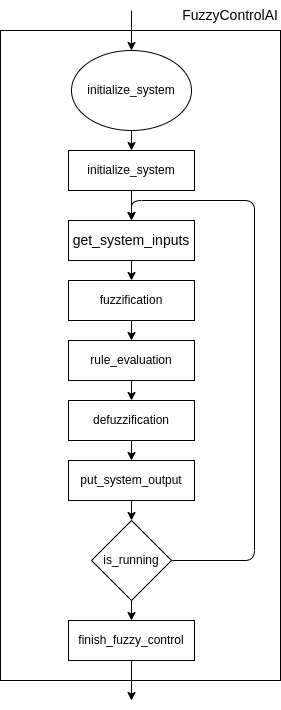
Above: doc/fuzzyControl.png in kuhiu/smartnav-platform (draw.io), before the change. Source tidied: cells renumbered, new cells last; positions are measured from the earlier drawing's top-left corner, leaving out a move shared by most shapes. The source it was exported from:
```xml
<mxGraphModel>
  <root>
    <mxCell id="0" />
    <mxCell id="1" parent="0" />
    <mxCell id="2" style="edgeStyle=none;html=1;fontColor=default;entryX=0.5;entryY=0;entryDx=0;entryDy=0;" parent="1" edge="1" source="3" target="9">
      <mxGeometry relative="1" as="geometry" />
    </mxCell>
    <mxCell id="3" value="initialize_system" style="ellipse;whiteSpace=wrap;html=1;fontColor=default;strokeColor=default;fillColor=default;gradientColor=none;" parent="1" vertex="1">
      <mxGeometry x="71" y="50" width="120" height="80" as="geometry" />
    </mxCell>
    <mxCell id="4" style="edgeStyle=orthogonalEdgeStyle;html=1;fontColor=default;exitX=1;exitY=0.5;exitDx=0;exitDy=0;entryX=0.5;entryY=0;entryDx=0;entryDy=0;" parent="1" edge="1" source="6" target="11">
      <mxGeometry relative="1" as="geometry">
        <Array as="points">
          <mxPoint x="254" y="560" />
          <mxPoint x="254" y="200" />
          <mxPoint x="131" y="200" />
        </Array>
      </mxGeometry>
    </mxCell>
    <mxCell id="5" style="edgeStyle=none;html=1;entryX=0.5;entryY=0;entryDx=0;entryDy=0;" parent="1" edge="1" source="6" target="21">
      <mxGeometry relative="1" as="geometry" />
    </mxCell>
    <mxCell id="6" value="is_running" style="rhombus;whiteSpace=wrap;html=1;fontColor=default;strokeColor=default;fillColor=default;gradientColor=none;" parent="1" vertex="1">
      <mxGeometry x="91" y="520" width="80" height="80" as="geometry" />
    </mxCell>
    <mxCell id="7" value="&lt;span style=&quot;font-size: 14px&quot;&gt;FuzzyControlAI&lt;/span&gt;" style="text;html=1;strokeColor=none;fillColor=none;align=center;verticalAlign=middle;whiteSpace=wrap;rounded=0;fontColor=default;" parent="1" vertex="1">
      <mxGeometry x="200" width="60" height="30" as="geometry" />
    </mxCell>
    <mxCell id="8" style="edgeStyle=none;html=1;" parent="1" edge="1" source="9" target="11">
      <mxGeometry relative="1" as="geometry" />
    </mxCell>
    <mxCell id="9" value="&lt;span&gt;initialize_&lt;/span&gt;&lt;span&gt;system&lt;/span&gt;" style="rounded=0;whiteSpace=wrap;html=1;" parent="1" vertex="1">
      <mxGeometry x="68" y="150" width="126" height="40" as="geometry" />
    </mxCell>
    <mxCell id="10" style="edgeStyle=none;html=1;entryX=0.5;entryY=0;entryDx=0;entryDy=0;" parent="1" edge="1" source="11" target="13">
      <mxGeometry relative="1" as="geometry" />
    </mxCell>
    <mxCell id="11" value="&lt;span style=&quot;font-size: 14px&quot;&gt;get_system_&lt;/span&gt;&lt;span style=&quot;font-size: 14px&quot;&gt;inputs&lt;/span&gt;" style="rounded=0;whiteSpace=wrap;html=1;" parent="1" vertex="1">
      <mxGeometry x="68" y="220" width="126" height="40" as="geometry" />
    </mxCell>
    <mxCell id="12" style="edgeStyle=none;html=1;entryX=0.5;entryY=0;entryDx=0;entryDy=0;" parent="1" edge="1" source="13" target="15">
      <mxGeometry relative="1" as="geometry" />
    </mxCell>
    <mxCell id="13" value="fuzzification" style="rounded=0;whiteSpace=wrap;html=1;" parent="1" vertex="1">
      <mxGeometry x="68" y="280" width="126" height="40" as="geometry" />
    </mxCell>
    <mxCell id="14" style="edgeStyle=none;html=1;" parent="1" edge="1" source="15" target="17">
      <mxGeometry relative="1" as="geometry" />
    </mxCell>
    <mxCell id="15" value="rule_evaluation" style="rounded=0;whiteSpace=wrap;html=1;" parent="1" vertex="1">
      <mxGeometry x="68" y="340" width="126" height="40" as="geometry" />
    </mxCell>
    <mxCell id="16" style="edgeStyle=none;html=1;entryX=0.5;entryY=0;entryDx=0;entryDy=0;" parent="1" edge="1" source="17" target="19">
      <mxGeometry relative="1" as="geometry" />
    </mxCell>
    <mxCell id="17" value="defuzzification" style="rounded=0;whiteSpace=wrap;html=1;" parent="1" vertex="1">
      <mxGeometry x="68" y="400" width="126" height="40" as="geometry" />
    </mxCell>
    <mxCell id="18" style="edgeStyle=none;html=1;entryX=0.5;entryY=0;entryDx=0;entryDy=0;" parent="1" edge="1" source="19" target="6">
      <mxGeometry relative="1" as="geometry" />
    </mxCell>
    <mxCell id="19" value="put_system_output" style="rounded=0;whiteSpace=wrap;html=1;" parent="1" vertex="1">
      <mxGeometry x="68" y="460" width="126" height="40" as="geometry" />
    </mxCell>
    <mxCell id="20" style="edgeStyle=none;html=1;startArrow=none;startFill=0;endArrow=classic;endFill=1;" parent="1" edge="1" source="21">
      <mxGeometry relative="1" as="geometry">
        <mxPoint x="131" y="700" as="targetPoint" />
      </mxGeometry>
    </mxCell>
    <mxCell id="21" value="finish_fuzzy_control" style="rounded=0;whiteSpace=wrap;html=1;" parent="1" vertex="1">
      <mxGeometry x="68" y="620" width="126" height="40" as="geometry" />
    </mxCell>
    <mxCell id="22" style="edgeStyle=none;html=1;exitX=0.5;exitY=0;exitDx=0;exitDy=0;startArrow=classic;startFill=1;endArrow=none;endFill=0;" parent="1" edge="1" source="3">
      <mxGeometry relative="1" as="geometry">
        <mxPoint x="131" y="10" as="targetPoint" />
      </mxGeometry>
    </mxCell>
    <mxCell id="23" style="rounded=0;whiteSpace=wrap;html=1;fillColor=none;" parent="1" vertex="1">
      <mxGeometry y="30" width="280" height="650" as="geometry" />
    </mxCell>
  </root>
</mxGraphModel>
```
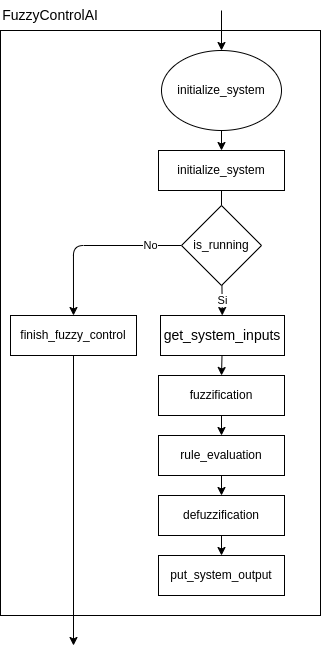
The same diagram one commit later.

Change to the diagram source:
```diff
@@ -6,77 +6,68 @@
       <mxGeometry relative="1" as="geometry" />
     </mxCell>
     <mxCell id="3" value="initialize_system" style="ellipse;whiteSpace=wrap;html=1;fontColor=default;strokeColor=default;fillColor=default;gradientColor=none;" parent="1" vertex="1">
-      <mxGeometry x="71" y="50" width="120" height="80" as="geometry" />
+      <mxGeometry x="151" y="55" width="120" height="80" as="geometry" />
     </mxCell>
-    <mxCell id="4" style="edgeStyle=orthogonalEdgeStyle;html=1;fontColor=default;exitX=1;exitY=0.5;exitDx=0;exitDy=0;entryX=0.5;entryY=0;entryDx=0;entryDy=0;" parent="1" edge="1" source="6" target="11">
-      <mxGeometry relative="1" as="geometry">
-        <Array as="points">
-          <mxPoint x="254" y="560" />
-          <mxPoint x="254" y="200" />
-          <mxPoint x="131" y="200" />
-        </Array>
-      </mxGeometry>
-    </mxCell>
-    <mxCell id="5" style="edgeStyle=none;html=1;entryX=0.5;entryY=0;entryDx=0;entryDy=0;" parent="1" edge="1" source="6" target="21">
-      <mxGeometry relative="1" as="geometry" />
-    </mxCell>
-    <mxCell id="6" value="is_running" style="rhombus;whiteSpace=wrap;html=1;fontColor=default;strokeColor=default;fillColor=default;gradientColor=none;" parent="1" vertex="1">
-      <mxGeometry x="91" y="520" width="80" height="80" as="geometry" />
-    </mxCell>
     <mxCell id="7" value="&lt;span style=&quot;font-size: 14px&quot;&gt;FuzzyControlAI&lt;/span&gt;" style="text;html=1;strokeColor=none;fillColor=none;align=center;verticalAlign=middle;whiteSpace=wrap;rounded=0;fontColor=default;" parent="1" vertex="1">
-      <mxGeometry x="200" width="60" height="30" as="geometry" />
+      <mxGeometry x="10" y="5" width="60" height="30" as="geometry" />
     </mxCell>
-    <mxCell id="8" style="edgeStyle=none;html=1;" parent="1" edge="1" source="9" target="11">
+    <mxCell id="8" value="Si" style="edgeStyle=none;html=1;startArrow=none;" parent="1" edge="1" source="6" target="11">
       <mxGeometry relative="1" as="geometry" />
     </mxCell>
     <mxCell id="9" value="&lt;span&gt;initialize_&lt;/span&gt;&lt;span&gt;system&lt;/span&gt;" style="rounded=0;whiteSpace=wrap;html=1;" parent="1" vertex="1">
-      <mxGeometry x="68" y="150" width="126" height="40" as="geometry" />
+      <mxGeometry x="148" y="155" width="126" height="40" as="geometry" />
     </mxCell>
     <mxCell id="10" style="edgeStyle=none;html=1;entryX=0.5;entryY=0;entryDx=0;entryDy=0;" parent="1" edge="1" source="11" target="13">
       <mxGeometry relative="1" as="geometry" />
     </mxCell>
     <mxCell id="11" value="&lt;span style=&quot;font-size: 14px&quot;&gt;get_system_&lt;/span&gt;&lt;span style=&quot;font-size: 14px&quot;&gt;inputs&lt;/span&gt;" style="rounded=0;whiteSpace=wrap;html=1;" parent="1" vertex="1">
-      <mxGeometry x="68" y="220" width="126" height="40" as="geometry" />
+      <mxGeometry x="150" y="320" width="124" height="40" as="geometry" />
     </mxCell>
     <mxCell id="12" style="edgeStyle=none;html=1;entryX=0.5;entryY=0;entryDx=0;entryDy=0;" parent="1" edge="1" source="13" target="15">
       <mxGeometry relative="1" as="geometry" />
     </mxCell>
     <mxCell id="13" value="fuzzification" style="rounded=0;whiteSpace=wrap;html=1;" parent="1" vertex="1">
-      <mxGeometry x="68" y="280" width="126" height="40" as="geometry" />
+      <mxGeometry x="148" y="380" width="126" height="40" as="geometry" />
     </mxCell>
     <mxCell id="14" style="edgeStyle=none;html=1;" parent="1" edge="1" source="15" target="17">
       <mxGeometry relative="1" as="geometry" />
     </mxCell>
     <mxCell id="15" value="rule_evaluation" style="rounded=0;whiteSpace=wrap;html=1;" parent="1" vertex="1">
-      <mxGeometry x="68" y="340" width="126" height="40" as="geometry" />
+      <mxGeometry x="148" y="440" width="126" height="40" as="geometry" />
     </mxCell>
     <mxCell id="16" style="edgeStyle=none;html=1;entryX=0.5;entryY=0;entryDx=0;entryDy=0;" parent="1" edge="1" source="17" target="19">
       <mxGeometry relative="1" as="geometry" />
     </mxCell>
     <mxCell id="17" value="defuzzification" style="rounded=0;whiteSpace=wrap;html=1;" parent="1" vertex="1">
-      <mxGeometry x="68" y="400" width="126" height="40" as="geometry" />
+      <mxGeometry x="148" y="500" width="126" height="40" as="geometry" />
     </mxCell>
-    <mxCell id="18" style="edgeStyle=none;html=1;entryX=0.5;entryY=0;entryDx=0;entryDy=0;" parent="1" edge="1" source="19" target="6">
-      <mxGeometry relative="1" as="geometry" />
-    </mxCell>
     <mxCell id="19" value="put_system_output" style="rounded=0;whiteSpace=wrap;html=1;" parent="1" vertex="1">
-      <mxGeometry x="68" y="460" width="126" height="40" as="geometry" />
+      <mxGeometry x="148" y="560" width="126" height="40" as="geometry" />
     </mxCell>
     <mxCell id="20" style="edgeStyle=none;html=1;startArrow=none;startFill=0;endArrow=classic;endFill=1;" parent="1" edge="1" source="21">
       <mxGeometry relative="1" as="geometry">
-        <mxPoint x="131" y="700" as="targetPoint" />
+        <mxPoint x="63" y="650" as="targetPoint" />
       </mxGeometry>
     </mxCell>
     <mxCell id="21" value="finish_fuzzy_control" style="rounded=0;whiteSpace=wrap;html=1;" parent="1" vertex="1">
-      <mxGeometry x="68" y="620" width="126" height="40" as="geometry" />
+      <mxGeometry y="320" width="126" height="40" as="geometry" />
     </mxCell>
     <mxCell id="22" style="edgeStyle=none;html=1;exitX=0.5;exitY=0;exitDx=0;exitDy=0;startArrow=classic;startFill=1;endArrow=none;endFill=0;" parent="1" edge="1" source="3">
       <mxGeometry relative="1" as="geometry">
-        <mxPoint x="131" y="10" as="targetPoint" />
+        <mxPoint x="211" y="15" as="targetPoint" />
       </mxGeometry>
     </mxCell>
     <mxCell id="23" style="rounded=0;whiteSpace=wrap;html=1;fillColor=none;" parent="1" vertex="1">
-      <mxGeometry y="30" width="280" height="650" as="geometry" />
+      <mxGeometry x="-10" y="35" width="320" height="585" as="geometry" />
     </mxCell>
+    <mxCell id="5" value="No" style="edgeStyle=orthogonalEdgeStyle;html=1;entryX=0.5;entryY=0;entryDx=0;entryDy=0;startArrow=none;startFill=0;endArrow=classic;endFill=1;" parent="1" edge="1" source="6" target="21">
+      <mxGeometry x="-0.65" relative="1" as="geometry" />
+    </mxCell>
+    <mxCell id="6" value="is_running" style="rhombus;whiteSpace=wrap;html=1;fontColor=default;strokeColor=default;fillColor=default;gradientColor=none;" parent="1" vertex="1">
+      <mxGeometry x="171" y="210" width="80" height="80" as="geometry" />
+    </mxCell>
+    <mxCell id="24" style="edgeStyle=none;html=1;endArrow=none;" parent="1" edge="1" source="9" target="6">
+      <mxGeometry relative="1" as="geometry" />
+    </mxCell>
   </root>
 </mxGraphModel>
```
